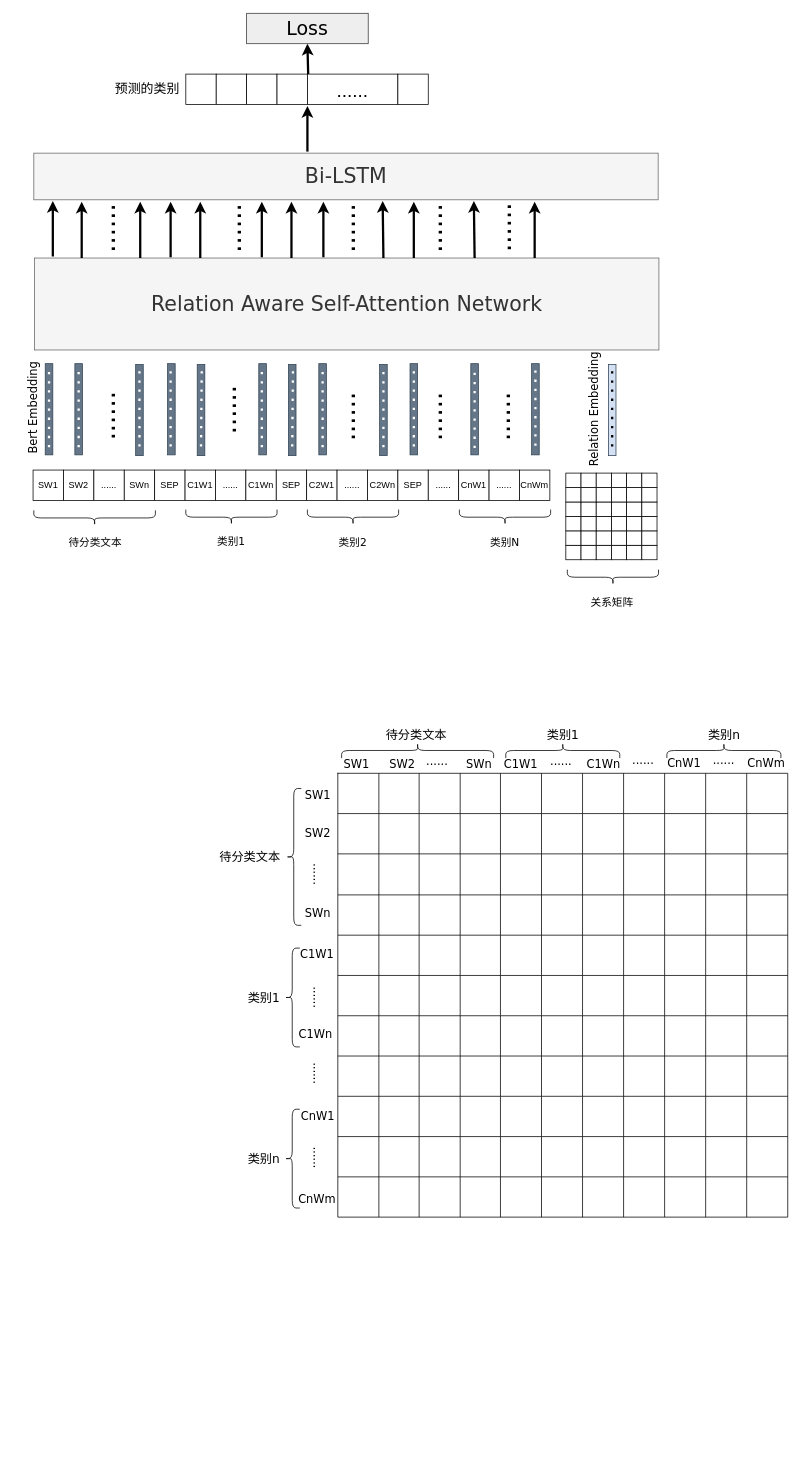
Before: multi-label_classification_patent.drawio in CindyZX/drawio_figures, a draw.io diagram. Source tidied: cells renumbered, new cells numbered last; positions are measured from the earlier drawing's top-left corner, leaving out a move shared by most shapes. Both pictures are drawn from the tidied source at 76%, with x=0, y=0 at pixel (-29, 13).
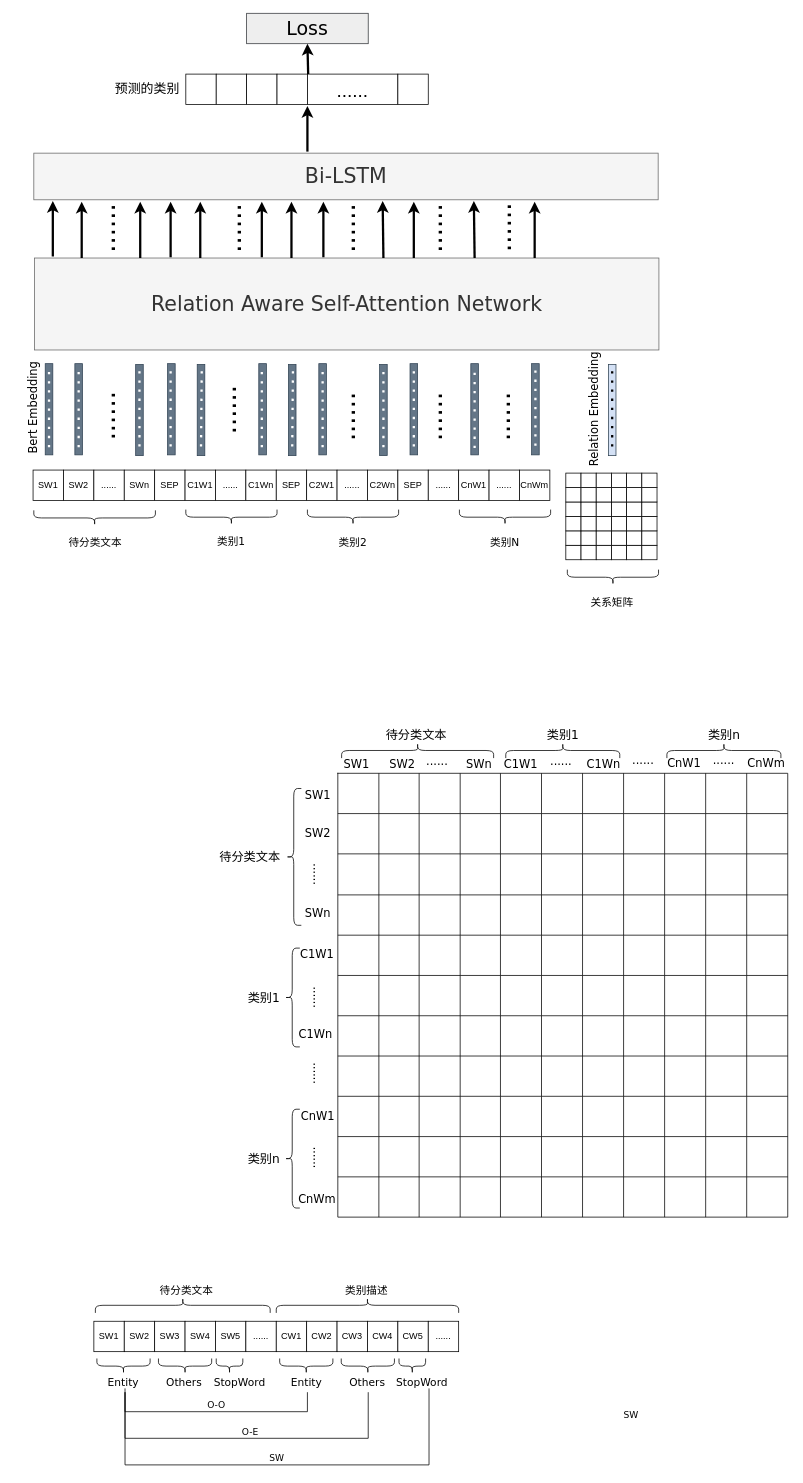
The same page after the edit.

Diff of the diagram source:
```diff
@@
+    <mxCell id="310" style="shape=curlyBracket;whiteSpace=wrap;html=1;rounded=1;labelPosition=left;verticalLabelPosition=middle;align=right;verticalAlign=middle;fontFamily=Verdana;fontSize=12;rotation=90;" parent="1" vertex="1">
+      <mxGeometry x="268" y="1585" width="20" height="230" as="geometry" />
+    </mxCell>
+    <mxCell id="311" value="&lt;font style=&quot;font-size: 14px;&quot;&gt;待分类文本&lt;/font&gt;" style="text;html=1;strokeColor=none;fillColor=none;align=center;verticalAlign=middle;whiteSpace=wrap;rounded=0;fontFamily=Verdana;fontSize=12;rotation=0;" parent="1" vertex="1">
+      <mxGeometry x="243" y="1665" width="80" height="30" as="geometry" />
+    </mxCell>
+    <mxCell id="312" style="shape=curlyBracket;whiteSpace=wrap;html=1;rounded=1;labelPosition=left;verticalLabelPosition=middle;align=right;verticalAlign=middle;fontFamily=Verdana;fontSize=12;rotation=90;" parent="1" vertex="1">
+      <mxGeometry x="511" y="1580" width="20" height="240" as="geometry" />
+    </mxCell>
+    <mxCell id="313" value="类别描述" style="text;html=1;strokeColor=none;fillColor=none;align=center;verticalAlign=middle;whiteSpace=wrap;rounded=0;fontFamily=Verdana;fontSize=14;rotation=0;" parent="1" vertex="1">
+      <mxGeometry x="487" y="1666" width="66" height="30" as="geometry" />
+    </mxCell>
+    <mxCell id="314" value="&lt;font style=&quot;font-size: 12px;&quot;&gt;SW1&lt;/font&gt;" style="rounded=0;whiteSpace=wrap;html=1;rotation=0;" parent="1" vertex="1">
+      <mxGeometry x="161" y="1721" width="40" height="40" as="geometry" />
+    </mxCell>
+    <mxCell id="315" value="&lt;font style=&quot;font-size: 12px;&quot;&gt;SW2&lt;/font&gt;" style="rounded=0;whiteSpace=wrap;html=1;rotation=0;" parent="1" vertex="1">
+      <mxGeometry x="201" y="1721" width="40" height="40" as="geometry" />
+    </mxCell>
+    <mxCell id="316" value="SW3" style="rounded=0;whiteSpace=wrap;html=1;rotation=0;" parent="1" vertex="1">
+      <mxGeometry x="241" y="1721" width="40" height="40" as="geometry" />
+    </mxCell>
+    <mxCell id="317" value="&lt;font style=&quot;font-size: 12px;&quot;&gt;SW4&lt;/font&gt;" style="rounded=0;whiteSpace=wrap;html=1;rotation=0;" parent="1" vertex="1">
+      <mxGeometry x="281" y="1721" width="40" height="40" as="geometry" />
+    </mxCell>
+    <mxCell id="318" value="&lt;font style=&quot;font-size: 12px;&quot;&gt;SW5&lt;/font&gt;" style="rounded=0;whiteSpace=wrap;html=1;rotation=0;" parent="1" vertex="1">
+      <mxGeometry x="321" y="1721" width="40" height="40" as="geometry" />
+    </mxCell>
+    <mxCell id="319" value="......" style="rounded=0;whiteSpace=wrap;html=1;rotation=0;" parent="1" vertex="1">
+      <mxGeometry x="361" y="1721" width="40" height="40" as="geometry" />
+    </mxCell>
+    <mxCell id="320" value="CW1" style="rounded=0;whiteSpace=wrap;html=1;rotation=0;" parent="1" vertex="1">
+      <mxGeometry x="401" y="1721" width="40" height="40" as="geometry" />
+    </mxCell>
+    <mxCell id="321" value="CW2" style="rounded=0;whiteSpace=wrap;html=1;rotation=0;" parent="1" vertex="1">
+      <mxGeometry x="441" y="1721" width="40" height="40" as="geometry" />
+    </mxCell>
+    <mxCell id="322" value="CW3" style="rounded=0;whiteSpace=wrap;html=1;rotation=0;" parent="1" vertex="1">
+      <mxGeometry x="481" y="1721" width="40" height="40" as="geometry" />
+    </mxCell>
+    <mxCell id="323" value="CW4" style="rounded=0;whiteSpace=wrap;html=1;rotation=0;" parent="1" vertex="1">
+      <mxGeometry x="521" y="1721" width="40" height="40" as="geometry" />
+    </mxCell>
+    <mxCell id="324" value="CW5" style="rounded=0;whiteSpace=wrap;html=1;rotation=0;" parent="1" vertex="1">
+      <mxGeometry x="561" y="1721" width="40" height="40" as="geometry" />
+    </mxCell>
+    <mxCell id="325" value="......" style="rounded=0;whiteSpace=wrap;html=1;rotation=0;" parent="1" vertex="1">
+      <mxGeometry x="601" y="1721" width="40" height="40" as="geometry" />
+    </mxCell>
+    <mxCell id="326" style="shape=curlyBracket;whiteSpace=wrap;html=1;rounded=1;labelPosition=left;verticalLabelPosition=middle;align=right;verticalAlign=middle;fontFamily=Verdana;fontSize=12;rotation=-90;" parent="1" vertex="1">
+      <mxGeometry x="190" y="1745" width="20" height="70" as="geometry" />
+    </mxCell>
+    <mxCell id="327" value="&lt;span style=&quot;font-size: 14px;&quot;&gt;Entity&lt;/span&gt;" style="text;html=1;strokeColor=none;fillColor=none;align=center;verticalAlign=middle;whiteSpace=wrap;rounded=0;fontFamily=Verdana;fontSize=12;rotation=0;" parent="1" vertex="1">
+      <mxGeometry x="160" y="1787" width="80" height="30" as="geometry" />
+    </mxCell>
+    <mxCell id="328" style="shape=curlyBracket;whiteSpace=wrap;html=1;rounded=1;labelPosition=left;verticalLabelPosition=middle;align=right;verticalAlign=middle;fontFamily=Verdana;fontSize=12;rotation=-90;" parent="1" vertex="1">
+      <mxGeometry x="271" y="1745" width="20" height="70" as="geometry" />
+    </mxCell>
+    <mxCell id="329" value="&lt;span style=&quot;font-size: 14px;&quot;&gt;Others&lt;/span&gt;" style="text;html=1;strokeColor=none;fillColor=none;align=center;verticalAlign=middle;whiteSpace=wrap;rounded=0;fontFamily=Verdana;fontSize=12;rotation=0;" parent="1" vertex="1">
+      <mxGeometry x="240" y="1787" width="80" height="30" as="geometry" />
+    </mxCell>
+    <mxCell id="330" style="shape=curlyBracket;whiteSpace=wrap;html=1;rounded=1;labelPosition=left;verticalLabelPosition=middle;align=right;verticalAlign=middle;fontFamily=Verdana;fontSize=12;rotation=-90;" parent="1" vertex="1">
+      <mxGeometry x="329.5" y="1762.5" width="20" height="35" as="geometry" />
+    </mxCell>
+    <mxCell id="331" value="&lt;span style=&quot;font-size: 14px;&quot;&gt;StopWord&lt;/span&gt;" style="text;html=1;strokeColor=none;fillColor=none;align=center;verticalAlign=middle;whiteSpace=wrap;rounded=0;fontFamily=Verdana;fontSize=12;rotation=0;" parent="1" vertex="1">
+      <mxGeometry x="312.5" y="1787" width="80" height="30" as="geometry" />
+    </mxCell>
+    <mxCell id="332" style="shape=curlyBracket;whiteSpace=wrap;html=1;rounded=1;labelPosition=left;verticalLabelPosition=middle;align=right;verticalAlign=middle;fontFamily=Verdana;fontSize=12;rotation=-90;" parent="1" vertex="1">
+      <mxGeometry x="430.5" y="1745" width="20" height="70" as="geometry" />
+    </mxCell>
+    <mxCell id="333" value="&lt;span style=&quot;font-size: 14px;&quot;&gt;Entity&lt;/span&gt;" style="text;html=1;strokeColor=none;fillColor=none;align=center;verticalAlign=middle;whiteSpace=wrap;rounded=0;fontFamily=Verdana;fontSize=12;rotation=0;" parent="1" vertex="1">
+      <mxGeometry x="400.5" y="1787" width="80" height="30" as="geometry" />
+    </mxCell>
+    <mxCell id="334" style="shape=curlyBracket;whiteSpace=wrap;html=1;rounded=1;labelPosition=left;verticalLabelPosition=middle;align=right;verticalAlign=middle;fontFamily=Verdana;fontSize=12;rotation=-90;" parent="1" vertex="1">
+      <mxGeometry x="511.5" y="1745" width="20" height="70" as="geometry" />
+    </mxCell>
+    <mxCell id="335" value="&lt;span style=&quot;font-size: 14px;&quot;&gt;Others&lt;/span&gt;" style="text;html=1;strokeColor=none;fillColor=none;align=center;verticalAlign=middle;whiteSpace=wrap;rounded=0;fontFamily=Verdana;fontSize=12;rotation=0;" parent="1" vertex="1">
+      <mxGeometry x="480.5" y="1787" width="80" height="30" as="geometry" />
+    </mxCell>
+    <mxCell id="336" style="shape=curlyBracket;whiteSpace=wrap;html=1;rounded=1;labelPosition=left;verticalLabelPosition=middle;align=right;verticalAlign=middle;fontFamily=Verdana;fontSize=12;rotation=-90;" parent="1" vertex="1">
+      <mxGeometry x="570" y="1762.5" width="20" height="35" as="geometry" />
+    </mxCell>
+    <mxCell id="337" value="&lt;span style=&quot;font-size: 14px;&quot;&gt;StopWord&lt;/span&gt;" style="text;html=1;strokeColor=none;fillColor=none;align=center;verticalAlign=middle;whiteSpace=wrap;rounded=0;fontFamily=Verdana;fontSize=12;rotation=0;" parent="1" vertex="1">
+      <mxGeometry x="553" y="1787" width="80" height="30" as="geometry" />
+    </mxCell>
+    <mxCell id="338" style="shape=partialRectangle;whiteSpace=wrap;html=1;bottom=1;right=1;left=1;top=0;fillColor=none;routingCenterX=-0.5;glass=0;fillStyle=auto;fontFamily=Verdana;fontSize=16;" parent="1" vertex="1">
+      <mxGeometry x="202" y="1815" width="240" height="25" as="geometry" />
+    </mxCell>
+    <mxCell id="339" value="&lt;span style=&quot;font-weight: normal;&quot;&gt;&lt;font style=&quot;font-size: 12px;&quot;&gt;O-O&lt;/font&gt;&lt;/span&gt;" style="text;strokeColor=none;fillColor=none;html=1;fontSize=24;fontStyle=1;verticalAlign=middle;align=center;glass=0;fillStyle=auto;fontFamily=Verdana;" parent="1" vertex="1">
+      <mxGeometry x="297" y="1818" width="50" height="20" as="geometry" />
+    </mxCell>
+    <mxCell id="340" style="shape=partialRectangle;whiteSpace=wrap;html=1;bottom=1;right=1;left=1;top=0;fillColor=none;routingCenterX=-0.5;glass=0;fillStyle=auto;fontFamily=Verdana;fontSize=12;" parent="1" vertex="1">
+      <mxGeometry x="202" y="1815" width="320" height="60" as="geometry" />
+    </mxCell>
+    <mxCell id="341" value="O-E" style="text;html=1;strokeColor=none;fillColor=none;align=center;verticalAlign=middle;whiteSpace=wrap;rounded=0;glass=0;fillStyle=auto;fontFamily=Verdana;fontSize=12;" parent="1" vertex="1">
+      <mxGeometry x="336.5" y="1852" width="60" height="30" as="geometry" />
+    </mxCell>
+    <mxCell id="342" style="shape=partialRectangle;whiteSpace=wrap;html=1;bottom=1;right=1;left=1;top=0;fillColor=none;routingCenterX=-0.5;glass=0;fillStyle=auto;fontFamily=Verdana;fontSize=12;" parent="1" vertex="1">
+      <mxGeometry x="202" y="1810" width="400" height="100" as="geometry" />
+    </mxCell>
+    <mxCell id="343" value="SW" style="text;html=1;strokeColor=none;fillColor=none;align=center;verticalAlign=middle;whiteSpace=wrap;rounded=0;glass=0;fillStyle=auto;fontFamily=Verdana;fontSize=12;" parent="1" vertex="1">
+      <mxGeometry x="838" y="1830" width="60" height="30" as="geometry" />
+    </mxCell>
+    <mxCell id="344" value="SW" style="text;html=1;strokeColor=none;fillColor=none;align=center;verticalAlign=middle;whiteSpace=wrap;rounded=0;glass=0;fillStyle=auto;fontFamily=Verdana;fontSize=12;" parent="1" vertex="1">
+      <mxGeometry x="372" y="1886" width="60" height="30" as="geometry" />
+    </mxCell>
```
